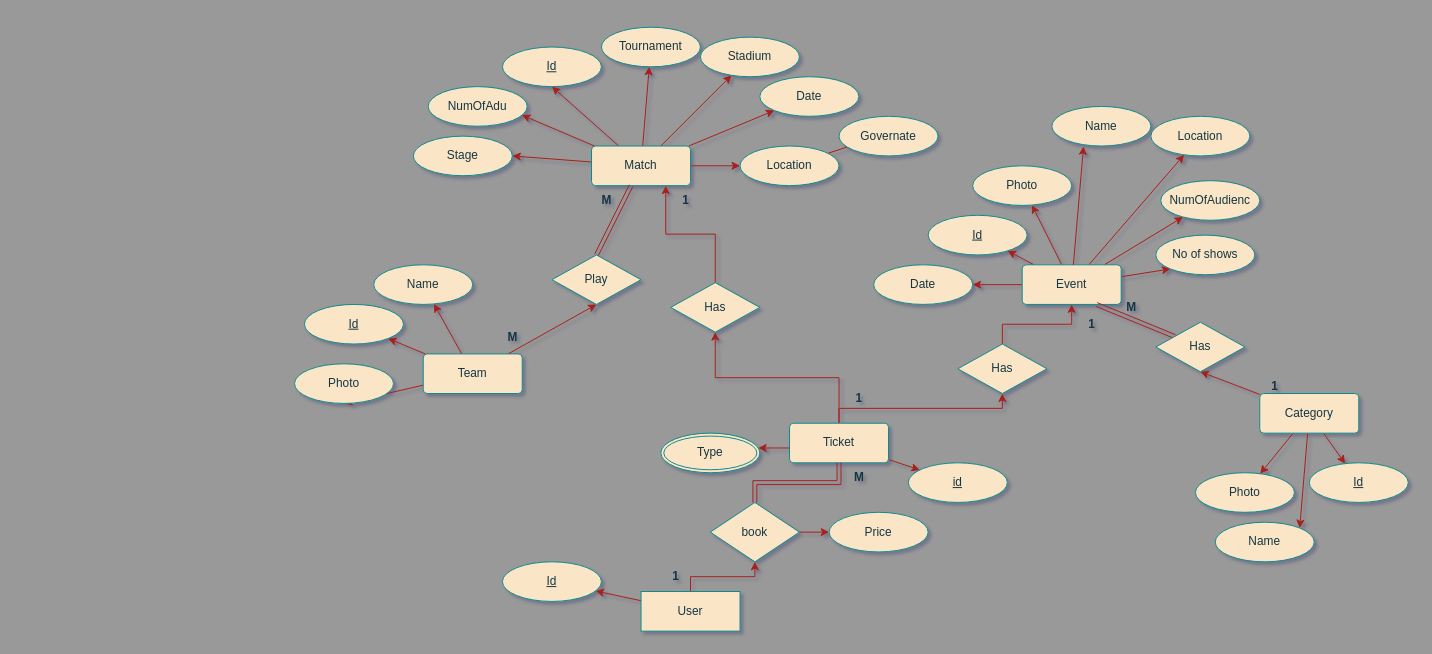
Earlier version of the draw.io diagram Mat/Erdd.drawio (Mahmoudnourr/Tazkarti). Source tidied: cells renumbered, new cells numbered last; positions are measured from the earlier drawing's top-left corner, leaving out a move shared by most shapes. Both pictures are drawn from the tidied source at 99%, with x=0, y=0 at pixel (294, 27).
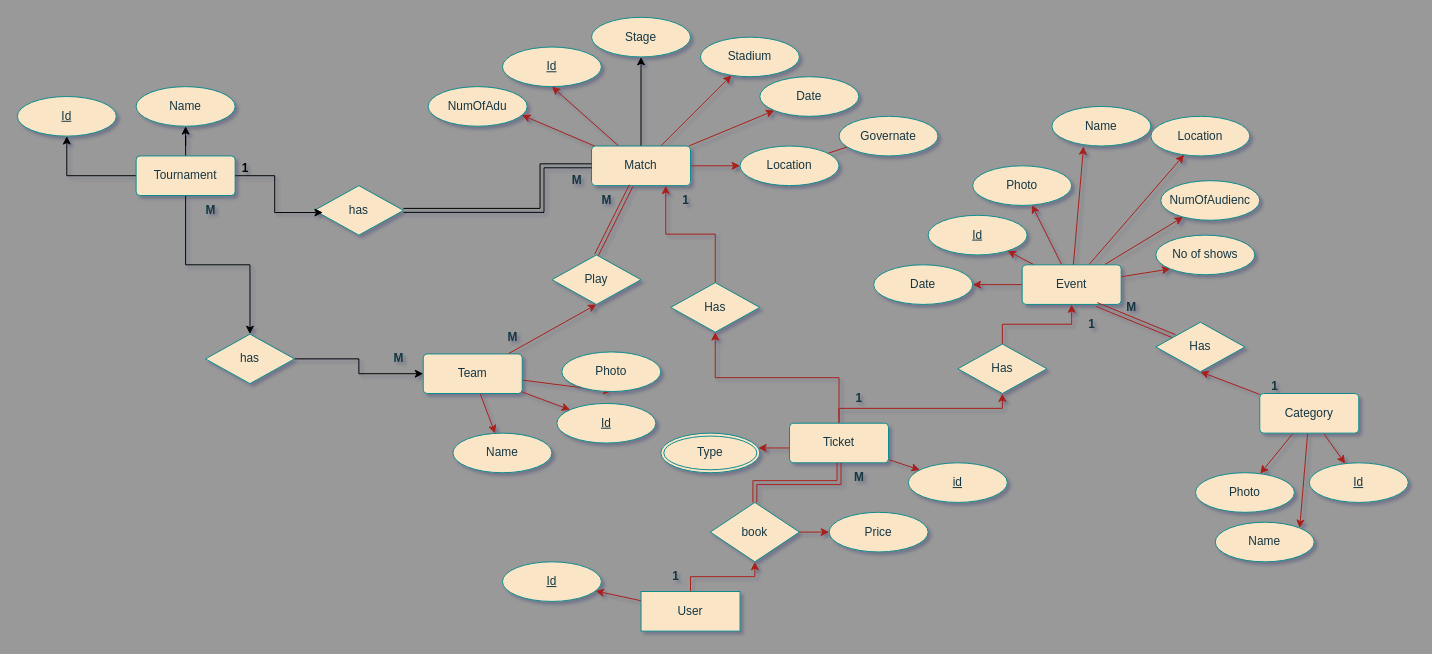
Above is the later version.

Unchanged cells that the change refers to:
```xml
<mxCell id="8" value="Match" style="rounded=1;arcSize=10;whiteSpace=wrap;html=1;align=center;labelBackgroundColor=none;fillColor=#FAE5C7;strokeColor=#0F8B8D;fontColor=#143642;" parent="1" vertex="1">
  <mxGeometry x="300" y="120" width="100" height="40" as="geometry" />
</mxCell>
<mxCell id="19" value="Team" style="rounded=1;arcSize=10;whiteSpace=wrap;html=1;align=center;strokeColor=#0F8B8D;fontColor=#143642;fillColor=#FAE5C7;" parent="1" vertex="1">
  <mxGeometry x="130" y="330" width="100" height="40" as="geometry" />
</mxCell>
```

What changed in the source:
```diff
@@
-    <mxCell id="3" style="edgeStyle=none;rounded=0;jettySize=auto;html=1;strokeColor=#A8201A;fontColor=#143642;fillColor=#FAE5C7;" parent="1" edge="1" source="8" target="10">
-      <mxGeometry relative="1" as="geometry" />
-    </mxCell>
@@
-    <mxCell id="7" style="edgeStyle=none;rounded=0;jettySize=auto;html=1;entryX=1;entryY=0.5;entryDx=0;entryDy=0;strokeColor=#A8201A;fontColor=#143642;fillColor=#FAE5C7;" parent="1" edge="1" source="8" target="31">
+    <mxCell id="7" style="edgeStyle=orthogonalEdgeStyle;rounded=0;jettySize=auto;html=1;" parent="1" edge="1" source="8" target="31">
       <mxGeometry relative="1" as="geometry" />
     </mxCell>
@@
-    <mxCell id="10" value="Tournament" style="ellipse;whiteSpace=wrap;html=1;align=center;strokeColor=#0F8B8D;fontColor=#143642;fillColor=#FAE5C7;" parent="1" vertex="1">
-      <mxGeometry x="310" width="100" height="40" as="geometry" />
-    </mxCell>
@@
     <mxCell id="20" value="Id" style="ellipse;whiteSpace=wrap;html=1;align=center;fontStyle=4;strokeColor=#0F8B8D;fontColor=#143642;fillColor=#FAE5C7;" parent="1" vertex="1">
-      <mxGeometry x="10" y="280" width="100" height="40" as="geometry" />
+      <mxGeometry x="265" y="380" width="100" height="40" as="geometry" />
     </mxCell>
     <mxCell id="21" value="Name" style="ellipse;whiteSpace=wrap;html=1;align=center;strokeColor=#0F8B8D;fontColor=#143642;fillColor=#FAE5C7;" parent="1" vertex="1">
-      <mxGeometry x="80" y="240" width="100" height="40" as="geometry" />
+      <mxGeometry x="160" y="410" width="100" height="40" as="geometry" />
     </mxCell>
     <mxCell id="22" value="Photo" style="ellipse;whiteSpace=wrap;html=1;align=center;strokeColor=#0F8B8D;fontColor=#143642;fillColor=#FAE5C7;" parent="1" vertex="1">
-      <mxGeometry y="340" width="100" height="40" as="geometry" />
+      <mxGeometry x="270" y="328" width="100" height="40" as="geometry" />
     </mxCell>
@@
     <mxCell id="31" value="Stage" style="ellipse;whiteSpace=wrap;html=1;align=center;strokeColor=#0F8B8D;fontColor=#143642;fillColor=#FAE5C7;" parent="1" vertex="1">
-      <mxGeometry x="120" y="110" width="100" height="40" as="geometry" />
+      <mxGeometry x="300" y="-10" width="100" height="40" as="geometry" />
     </mxCell>
@@
+    <mxCell id="84" style="edgeStyle=orthogonalEdgeStyle;rounded=0;jettySize=auto;html=1;entryX=0.5;entryY=1;entryDx=0;entryDy=0;" parent="1" edge="1" source="10" target="88">
+      <mxGeometry relative="1" as="geometry" />
+    </mxCell>
+    <mxCell id="85" style="edgeStyle=orthogonalEdgeStyle;rounded=0;jettySize=auto;html=1;entryX=0.5;entryY=1;entryDx=0;entryDy=0;" parent="1" edge="1" source="10" target="87">
+      <mxGeometry relative="1" as="geometry" />
+    </mxCell>
+    <mxCell id="86" style="edgeStyle=orthogonalEdgeStyle;rounded=0;jettySize=auto;html=1;" parent="1" edge="1" source="10" target="96">
+      <mxGeometry relative="1" as="geometry" />
+    </mxCell>
+    <mxCell id="10" value="Tournament" style="rounded=1;arcSize=10;whiteSpace=wrap;html=1;align=center;labelBackgroundColor=none;fillColor=#FAE5C7;strokeColor=#0F8B8D;fontColor=#143642;" parent="1" vertex="1">
+      <mxGeometry x="-160" y="130" width="100" height="40" as="geometry" />
+    </mxCell>
+    <mxCell id="87" value="&lt;u&gt;Id&lt;/u&gt;" style="ellipse;whiteSpace=wrap;html=1;align=center;labelBackgroundColor=none;fillColor=#FAE5C7;strokeColor=#0F8B8D;fontColor=#143642;" parent="1" vertex="1">
+      <mxGeometry x="-280" y="70" width="100" height="40" as="geometry" />
+    </mxCell>
+    <mxCell id="88" value="Name" style="ellipse;whiteSpace=wrap;html=1;align=center;strokeColor=#0F8B8D;fontColor=#143642;fillColor=#FAE5C7;" parent="1" vertex="1">
+      <mxGeometry x="-160" y="60" width="100" height="40" as="geometry" />
+    </mxCell>
+    <mxCell id="89" style="edgeStyle=orthogonalEdgeStyle;rounded=0;jettySize=auto;html=1;shape=link;" parent="1" edge="1" source="90" target="8">
+      <mxGeometry relative="1" as="geometry">
+        <Array as="points">
+          <mxPoint x="250" y="185" />
+          <mxPoint x="250" y="140" />
+        </Array>
+      </mxGeometry>
+    </mxCell>
+    <mxCell id="90" value="has" style="shape=rhombus;perimeter=rhombusPerimeter;whiteSpace=wrap;html=1;align=center;strokeColor=#0F8B8D;fontColor=#143642;fillColor=#FAE5C7;" parent="1" vertex="1">
+      <mxGeometry x="20" y="160" width="90" height="50" as="geometry" />
+    </mxCell>
+    <mxCell id="91" style="edgeStyle=orthogonalEdgeStyle;rounded=0;jettySize=auto;html=1;entryX=0.096;entryY=0.544;entryDx=0;entryDy=0;entryPerimeter=0;" parent="1" edge="1" source="10" target="90">
+      <mxGeometry relative="1" as="geometry" />
+    </mxCell>
+    <mxCell id="92" value="&lt;b&gt;1&lt;/b&gt;" style="text;html=1;align=center;verticalAlign=middle;strokeColor=none;fillColor=none;" parent="1" vertex="1">
+      <mxGeometry x="-65" y="128" width="30" height="30" as="geometry" />
+    </mxCell>
+    <mxCell id="93" value="&lt;b&gt;M&lt;/b&gt;" style="text;html=1;align=center;verticalAlign=middle;strokeColor=none;fillColor=none;fontColor=#143642;" parent="1" vertex="1">
+      <mxGeometry x="270" y="140" width="30" height="30" as="geometry" />
+    </mxCell>
+    <mxCell id="94" style="edgeStyle=orthogonalEdgeStyle;rounded=0;orthogonalLoop=1;jettySize=auto;html=1;exitX=0.5;exitY=1;exitDx=0;exitDy=0;" parent="1" edge="1" source="31" target="31">
+      <mxGeometry relative="1" as="geometry" />
+    </mxCell>
+    <mxCell id="95" style="edgeStyle=orthogonalEdgeStyle;rounded=0;jettySize=auto;html=1;" parent="1" edge="1" source="96" target="19">
+      <mxGeometry relative="1" as="geometry" />
+    </mxCell>
+    <mxCell id="96" value="has" style="shape=rhombus;perimeter=rhombusPerimeter;whiteSpace=wrap;html=1;align=center;strokeColor=#0F8B8D;fontColor=#143642;fillColor=#FAE5C7;" parent="1" vertex="1">
+      <mxGeometry x="-90" y="310" width="90" height="50" as="geometry" />
+    </mxCell>
+    <mxCell id="97" value="&lt;b&gt;M&lt;/b&gt;" style="text;html=1;align=center;verticalAlign=middle;strokeColor=none;fillColor=none;fontColor=#143642;" parent="1" vertex="1">
+      <mxGeometry x="-100" y="170" width="30" height="30" as="geometry" />
+    </mxCell>
+    <mxCell id="98" value="&lt;b&gt;M&lt;/b&gt;" style="text;html=1;align=center;verticalAlign=middle;strokeColor=none;fillColor=none;fontColor=#143642;" parent="1" vertex="1">
+      <mxGeometry x="90" y="320" width="30" height="30" as="geometry" />
+    </mxCell>
```
